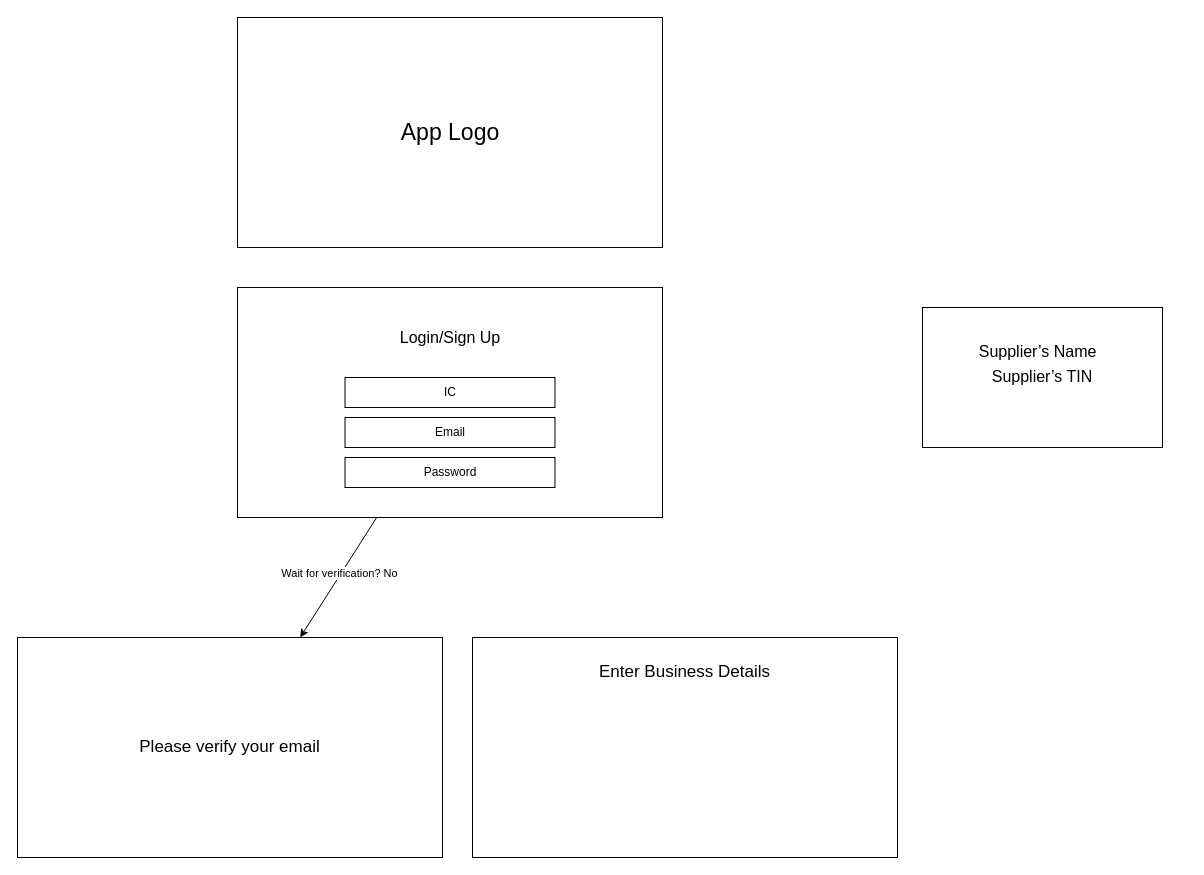
Above: eiv.drawio in yting27/drawio-examples (draw.io), before the change. Source tidied: cells renumbered, new cells numbered last; positions are measured from the earlier drawing's top-left corner, leaving out a move shared by most shapes. Both pictures are drawn from the tidied source at 100%, with x=0, y=0 at pixel (17, 17).
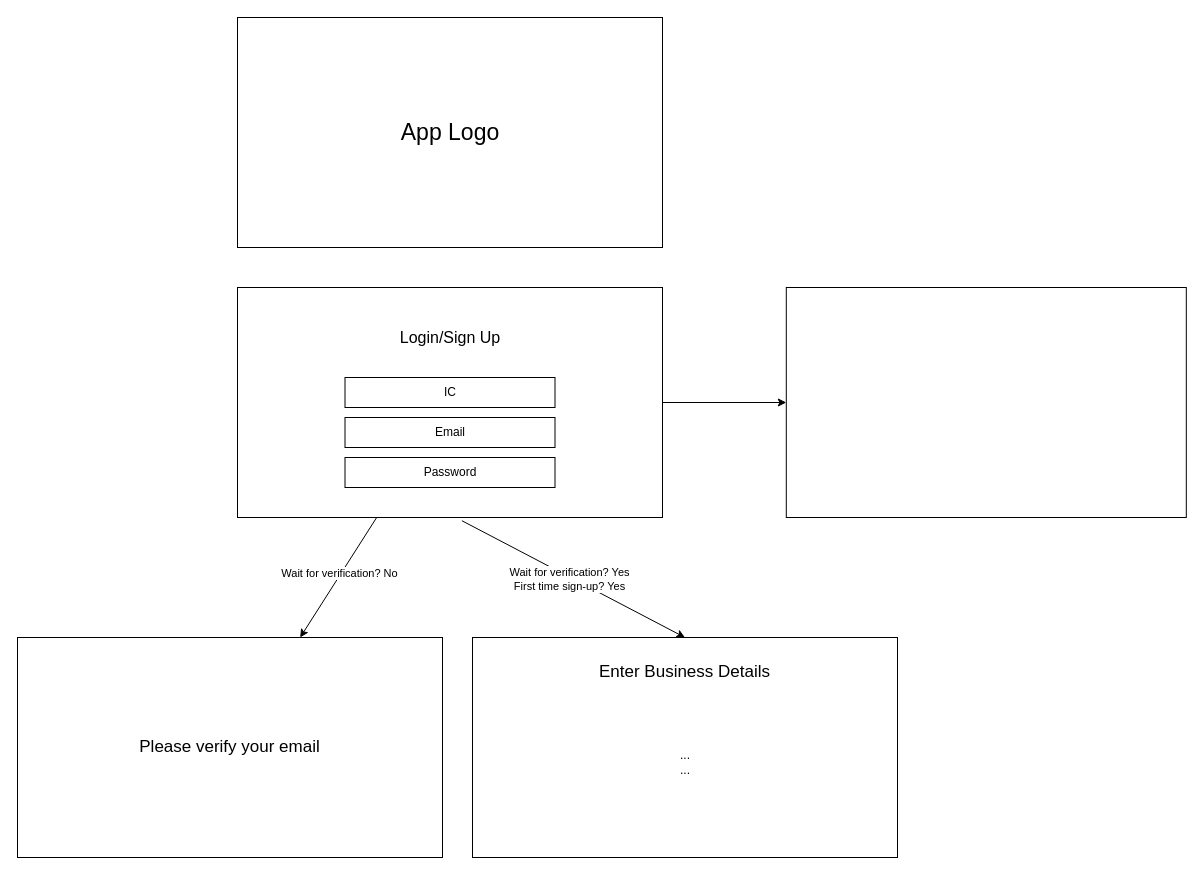
After the change.

Unchanged cells that the change refers to:
```xml
<mxCell id="6" style="rounded=0;whiteSpace=wrap;html=1;" parent="1" vertex="1">
  <mxGeometry x="220" y="270" width="425" height="230" as="geometry" />
</mxCell>
<mxCell id="13" style="rounded=0;whiteSpace=wrap;html=1;" parent="1" vertex="1">
  <mxGeometry x="455" y="620" width="425" height="220" as="geometry" />
</mxCell>
```

The edit, as a diff of the source:
```diff
@@
+    <mxCell id="16" style="edgeStyle=orthogonalEdgeStyle;rounded=0;jettySize=auto;html=1;" parent="1" edge="1" source="6" target="20">
+      <mxGeometry relative="1" as="geometry" />
+    </mxCell>
@@
-    <mxCell id="15" value="&lt;span style=&quot;font-size: 12pt; line-height: 156%; font-family: Arial, sans-serif;&quot;&gt;Supplier’s Name&amp;nbsp;&amp;nbsp;&lt;/span&gt;&lt;div&gt;&lt;span style=&quot;font-size: 12pt; line-height: 156%; font-family: Arial, sans-serif;&quot;&gt;&lt;span style=&quot;&quot;&gt;Supplier’s TIN&lt;/span&gt;&lt;br&gt;&lt;/span&gt;&lt;/div&gt;&lt;div&gt;&lt;span style=&quot;font-size: 12pt; line-height: 156%; font-family: Arial, sans-serif;&quot;&gt;&lt;span style=&quot;&quot;&gt;&lt;br&gt;&lt;/span&gt;&lt;/span&gt;&lt;/div&gt;" style="rounded=0;whiteSpace=wrap;html=1;" parent="1" vertex="1">
-      <mxGeometry x="905" y="290" width="240" height="140" as="geometry" />
-    </mxCell>
+    <mxCell id="17" value="...&lt;div&gt;...&lt;/div&gt;" style="text;html=1;align=center;verticalAlign=middle;whiteSpace=wrap;rounded=0;" parent="1" vertex="1">
+      <mxGeometry x="627.5" y="680" width="80" height="130" as="geometry" />
+    </mxCell>
+    <mxCell id="18" style="rounded=0;jettySize=auto;html=1;entryX=0.5;entryY=0;entryDx=0;entryDy=0;exitX=0.528;exitY=1.014;exitDx=0;exitDy=0;exitPerimeter=0;" parent="1" edge="1" source="6" target="13">
+      <mxGeometry relative="1" as="geometry" />
+    </mxCell>
+    <mxCell id="19" value="Wait for verification? Yes&lt;br&gt;First time sign-up? Yes" style="edgeLabel;html=1;align=center;verticalAlign=middle;" parent="18" vertex="1">
+      <mxGeometry x="-0.04" y="-3" relative="1" as="geometry">
+        <mxPoint x="1" as="offset" />
+      </mxGeometry>
+    </mxCell>
+    <mxCell id="20" style="rounded=0;whiteSpace=wrap;html=1;" parent="1" vertex="1">
+      <mxGeometry x="768.8" y="270" width="400" height="230" as="geometry" />
+    </mxCell>
```
